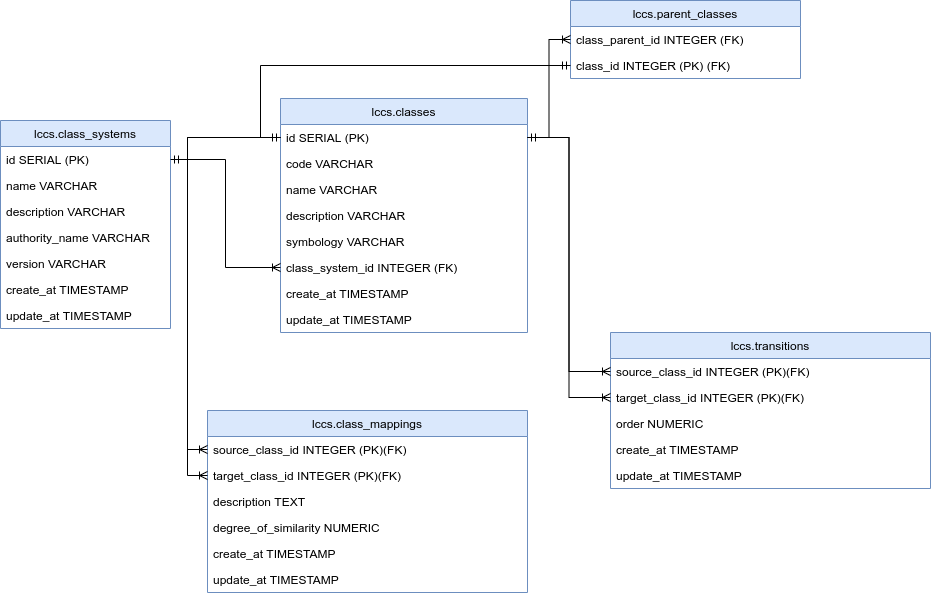
Above: doc/spec/lccs_database.png in brazil-data-cube/lccs-db (draw.io), before the change. Source tidied: cells renumbered, new cells last; positions are measured from the earlier drawing's top-left corner, leaving out a move shared by most shapes.
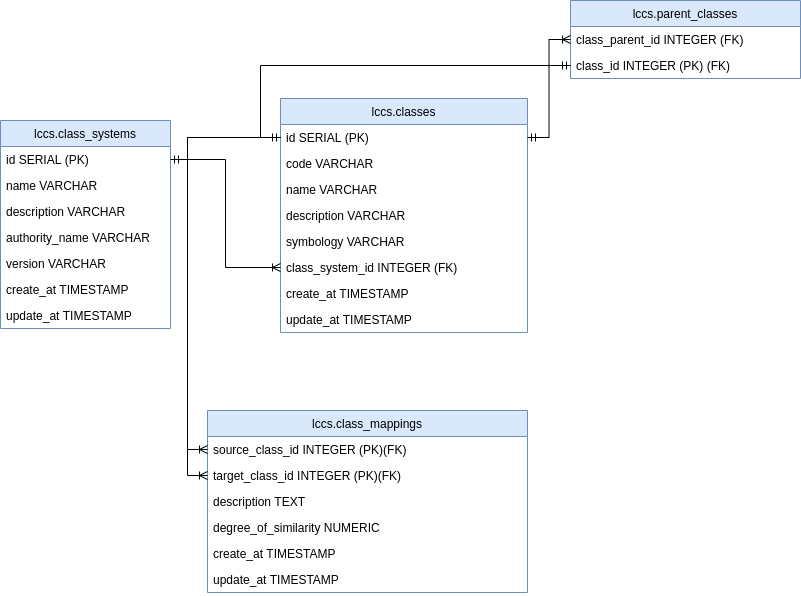
Later version of the same file.

Commit message:
update lcc_database doc

Diff of the diagram source:
```diff
@@ -98,29 +98,5 @@
     <mxCell id="33" style="edgeStyle=orthogonalEdgeStyle;rounded=0;jettySize=auto;html=1;exitX=0;exitY=0.5;exitDx=0;exitDy=0;entryX=0;entryY=0.5;entryDx=0;entryDy=0;startArrow=ERoneToMany;startFill=0;endArrow=none;endFill=0;" parent="1" edge="1" source="21" target="11">
       <mxGeometry relative="1" as="geometry" />
     </mxCell>
-    <mxCell id="34" value="lccs.transitions" style="swimlane;fontStyle=0;horizontal=1;startSize=26;fillColor=#dae8fc;labelBackgroundColor=none;strokeColor=#6c8ebf;" parent="1" vertex="1">
-      <mxGeometry x="610" y="332" width="320" height="156" as="geometry" />
-    </mxCell>
-    <mxCell id="35" value="source_class_id INTEGER (PK)(FK)" style="text;strokeColor=none;fillColor=none;align=left;verticalAlign=top;spacingLeft=4;spacingRight=4;overflow=hidden;points=[[0,0.5],[1,0.5]];portConstraint=eastwest;" parent="34" vertex="1">
-      <mxGeometry y="26" width="320" height="26" as="geometry" />
-    </mxCell>
-    <mxCell id="36" value="target_class_id INTEGER (PK)(FK)" style="text;strokeColor=none;fillColor=none;align=left;verticalAlign=top;spacingLeft=4;spacingRight=4;overflow=hidden;points=[[0,0.5],[1,0.5]];portConstraint=eastwest;" parent="34" vertex="1">
-      <mxGeometry y="52" width="320" height="26" as="geometry" />
-    </mxCell>
-    <mxCell id="37" value="order NUMERIC&#10;" style="text;strokeColor=none;fillColor=none;align=left;verticalAlign=top;spacingLeft=4;spacingRight=4;overflow=hidden;" parent="34" vertex="1">
-      <mxGeometry y="78" width="320" height="26" as="geometry" />
-    </mxCell>
-    <mxCell id="38" value="create_at TIMESTAMP&#10;" style="text;strokeColor=none;fillColor=none;align=left;verticalAlign=top;spacingLeft=4;spacingRight=4;overflow=hidden;" parent="34" vertex="1">
-      <mxGeometry y="104" width="320" height="26" as="geometry" />
-    </mxCell>
-    <mxCell id="39" value="update_at TIMESTAMP&#10;" style="text;strokeColor=none;fillColor=none;align=left;verticalAlign=top;spacingLeft=4;spacingRight=4;overflow=hidden;" parent="34" vertex="1">
-      <mxGeometry y="130" width="320" height="26" as="geometry" />
-    </mxCell>
-    <mxCell id="40" style="edgeStyle=orthogonalEdgeStyle;rounded=0;jettySize=auto;html=1;exitX=0;exitY=0.5;exitDx=0;exitDy=0;startArrow=ERoneToMany;startFill=0;endArrow=none;endFill=0;" parent="1" edge="1" source="35" target="11">
-      <mxGeometry relative="1" as="geometry" />
-    </mxCell>
-    <mxCell id="41" style="edgeStyle=orthogonalEdgeStyle;rounded=0;jettySize=auto;html=1;exitX=0;exitY=0.5;exitDx=0;exitDy=0;entryX=1;entryY=0.5;entryDx=0;entryDy=0;startArrow=ERoneToMany;startFill=0;endArrow=none;endFill=0;" parent="1" edge="1" source="36" target="11">
-      <mxGeometry relative="1" as="geometry" />
-    </mxCell>
   </root>
 </mxGraphModel>
```
